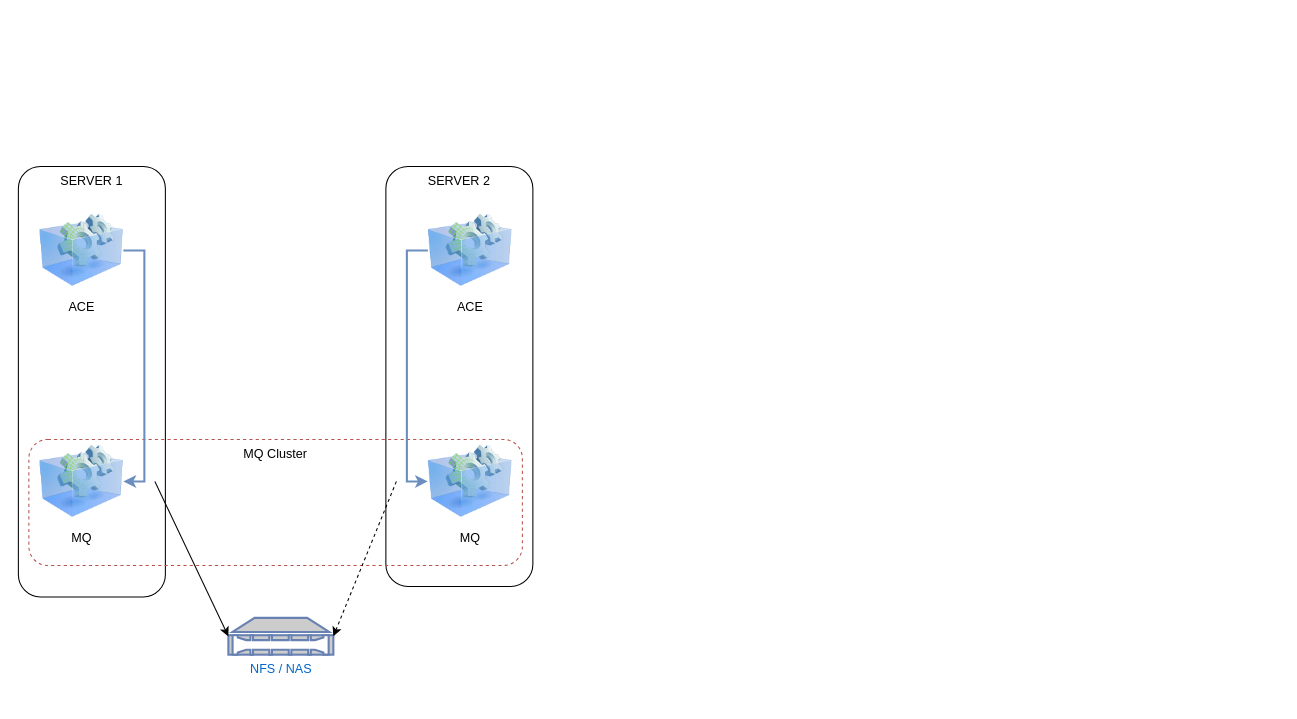
This is page "DA ACE & DA MQ" (5 of 9) of Designs/ACE/HighAvailabilityScenarios.drawio from matthiasblomme/MixedTools, a draw.io file, before an edit. Source tidied: cells renumbered, new cells numbered last; positions are measured from the earlier drawing's top-left corner, leaving out a move shared by most shapes. Both pictures are drawn from the tidied source at 105%, with x=0, y=0 at pixel (18, 166).
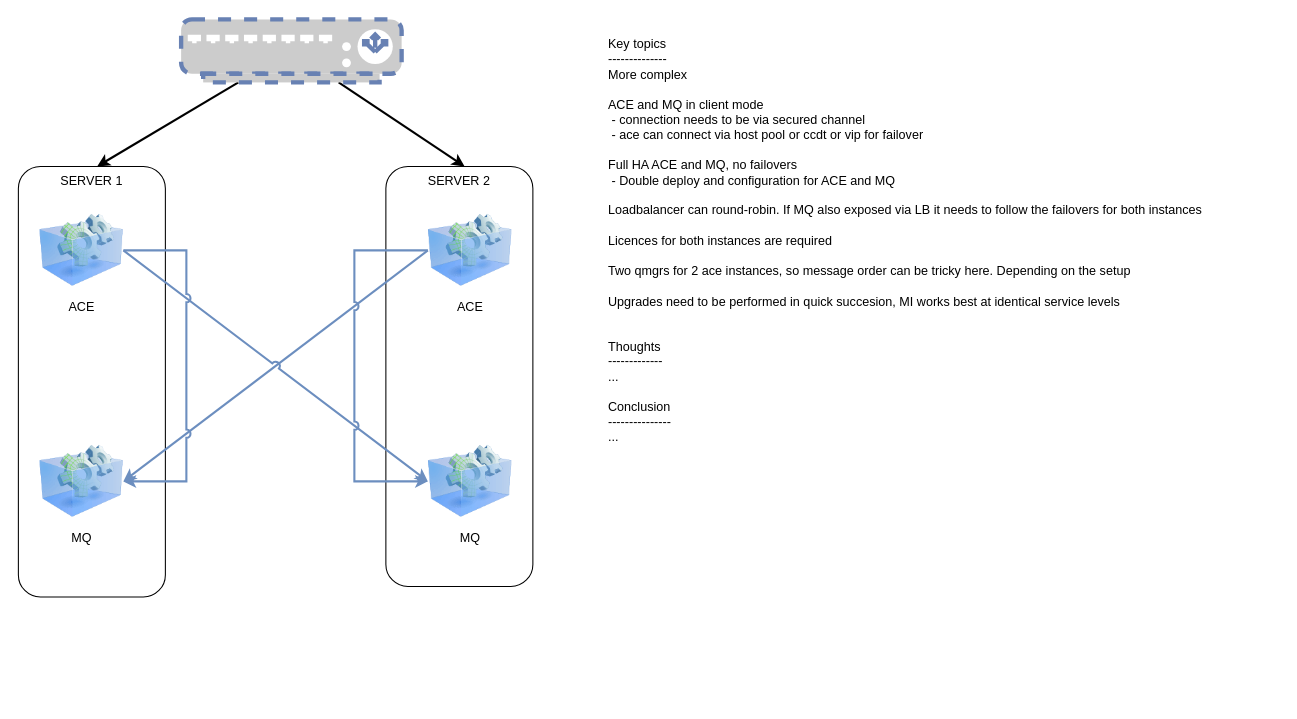
The same page after the edit.

Unchanged cells that the change refers to:
```xml
<mxCell id="5" value="ACE" style="image;html=1;image=img/lib/clip_art/computers/Virtual_Application_128x128.png;" parent="1" vertex="1">
  <mxGeometry x="390" y="40" width="80" height="80" as="geometry" />
</mxCell>
<mxCell id="9" value="ACE" style="image;html=1;image=img/lib/clip_art/computers/Virtual_Application_128x128.png;" parent="1" vertex="1">
  <mxGeometry x="20" y="40" width="80" height="80" as="geometry" />
</mxCell>
<mxCell id="10" value="MQ" style="image;html=1;image=img/lib/clip_art/computers/Virtual_Application_128x128.png;" parent="1" vertex="1">
  <mxGeometry x="390" y="260" width="80" height="80" as="geometry" />
</mxCell>
<mxCell id="11" value="MQ" style="image;html=1;image=img/lib/clip_art/computers/Virtual_Application_128x128.png;" parent="1" vertex="1">
  <mxGeometry x="20" y="260" width="80" height="80" as="geometry" />
</mxCell>
```

The edit, as a diff of the source:
```diff
@@
-    <mxCell id="4" value="MQ Cluster" style="rounded=1;whiteSpace=wrap;html=1;dashed=1;fillColor=none;strokeColor=#b85450;verticalAlign=top;" parent="1" vertex="1">
-      <mxGeometry x="10" y="260" width="470" height="120" as="geometry" />
-    </mxCell>
+    <mxCell id="14" style="edgeStyle=none;rounded=0;jumpStyle=arc;jettySize=auto;html=1;strokeWidth=2;entryX=1;entryY=0.5;entryDx=0;entryDy=0;strokeColor=#6c8ebf;fillColor=#dae8fc;exitX=0;exitY=0.5;exitDx=0;exitDy=0;" parent="1" edge="1" source="5" target="11">
+      <mxGeometry relative="1" as="geometry" />
+    </mxCell>
@@
-    <mxCell id="6" value="NFS / NAS" style="fontColor=#0066CC;verticalAlign=top;verticalLabelPosition=bottom;labelPosition=center;align=center;html=1;outlineConnect=0;fillColor=#CCCCCC;strokeColor=#6881B3;gradientColor=none;gradientDirection=north;strokeWidth=2;shape=mxgraph.networks.nas_filer;" parent="1" vertex="1">
-      <mxGeometry x="200" y="430" width="100" height="35" as="geometry" />
-    </mxCell>
-    <mxCell id="7" style="rounded=0;jettySize=auto;html=1;entryX=0;entryY=0.5;entryDx=0;entryDy=0;entryPerimeter=0;exitX=1;exitY=0.5;exitDx=0;exitDy=0;" parent="1" edge="1" target="6">
-      <mxGeometry relative="1" as="geometry">
-        <mxPoint x="130" y="300" as="sourcePoint" />
-      </mxGeometry>
-    </mxCell>
-    <mxCell id="8" style="edgeStyle=none;rounded=0;jettySize=auto;html=1;entryX=1;entryY=0.5;entryDx=0;entryDy=0;entryPerimeter=0;dashed=1;exitX=0;exitY=0.5;exitDx=0;exitDy=0;" parent="1" edge="1" target="6">
-      <mxGeometry relative="1" as="geometry">
-        <mxPoint x="360" y="300" as="sourcePoint" />
-      </mxGeometry>
-    </mxCell>
+    <mxCell id="15" style="edgeStyle=none;rounded=0;jumpStyle=arc;jettySize=auto;html=1;entryX=0;entryY=0.5;entryDx=0;entryDy=0;strokeWidth=2;strokeColor=#6c8ebf;fillColor=#dae8fc;exitX=1;exitY=0.5;exitDx=0;exitDy=0;" parent="1" edge="1" source="9" target="10">
+      <mxGeometry relative="1" as="geometry" />
+    </mxCell>
@@
     <mxCell id="12" style="edgeStyle=orthogonalEdgeStyle;rounded=0;jumpStyle=arc;jettySize=auto;html=1;entryX=1;entryY=0.5;entryDx=0;entryDy=0;strokeWidth=2;exitX=1;exitY=0.5;exitDx=0;exitDy=0;fillColor=#dae8fc;strokeColor=#6c8ebf;" parent="1" edge="1" source="9" target="11">
-      <mxGeometry relative="1" as="geometry" />
+      <mxGeometry relative="1" as="geometry">
+        <Array as="points">
+          <mxPoint x="160" y="80" />
+          <mxPoint x="160" y="300" />
+        </Array>
+      </mxGeometry>
     </mxCell>
     <mxCell id="13" style="edgeStyle=orthogonalEdgeStyle;rounded=0;jumpStyle=arc;jettySize=auto;html=1;entryX=0;entryY=0.5;entryDx=0;entryDy=0;strokeWidth=2;fillColor=#dae8fc;strokeColor=#6c8ebf;exitX=0;exitY=0.5;exitDx=0;exitDy=0;" parent="1" edge="1" source="5" target="10">
-      <mxGeometry relative="1" as="geometry" />
+      <mxGeometry relative="1" as="geometry">
+        <Array as="points">
+          <mxPoint x="320" y="80" />
+          <mxPoint x="320" y="300" />
+        </Array>
+      </mxGeometry>
     </mxCell>
+    <mxCell id="16" style="rounded=0;jumpStyle=arc;jettySize=auto;html=1;strokeWidth=2;entryX=0.5;entryY=0;entryDx=0;entryDy=0;" parent="1" edge="1" source="18">
+      <mxGeometry relative="1" as="geometry">
+        <mxPoint x="75" as="targetPoint" />
+      </mxGeometry>
+    </mxCell>
+    <mxCell id="17" style="rounded=0;jumpStyle=arc;jettySize=auto;html=1;entryX=0.5;entryY=0;entryDx=0;entryDy=0;strokeWidth=2;" parent="1" edge="1" source="18">
+      <mxGeometry relative="1" as="geometry">
+        <mxPoint x="425" as="targetPoint" />
+      </mxGeometry>
+    </mxCell>
+    <mxCell id="18" style="fontColor=#0066CC;verticalAlign=top;verticalLabelPosition=bottom;labelPosition=center;align=center;html=1;outlineConnect=0;fillColor=#CCCCCC;strokeColor=#6881B3;gradientColor=none;gradientDirection=north;strokeWidth=2;shape=mxgraph.networks.load_balancer;dashed=1;" parent="1" vertex="1">
+      <mxGeometry x="155" y="-140" width="210" height="60" as="geometry" />
+    </mxCell>
+    <mxCell id="19" value="Key topics&lt;br style=&quot;border-color: var(--border-color);&quot;&gt;--------------&lt;br&gt;More complex&lt;br&gt;&lt;br&gt;ACE and MQ in client mode&lt;br&gt;&lt;span style=&quot;&quot;&gt;&lt;/span&gt;&lt;span style=&quot;&quot;&gt;&lt;/span&gt;&lt;span style=&quot;&quot;&gt;&lt;/span&gt;&lt;span style=&quot;&quot;&gt;&lt;/span&gt;&amp;nbsp;- connection needs to be via secured channel&lt;br&gt;&amp;nbsp;- ace can connect via host pool or ccdt or vip for failover&lt;br&gt;&lt;br&gt;Full HA ACE and MQ, no failovers&lt;br&gt;&amp;nbsp;- Double deploy and configuration for ACE and MQ&lt;br&gt;&lt;br&gt;Loadbalancer can round-robin. If MQ also exposed via LB it needs to follow the failovers for both instances&lt;br&gt;&lt;br&gt;Licences for both instances are required&lt;br&gt;&lt;br&gt;Two qmgrs for 2 ace instances, so message order can be tricky here. Depending on the setup&lt;br&gt;&lt;br&gt;Upgrades need to be performed in quick succesion, MI works best at identical service levels&lt;br&gt;&lt;br&gt;&lt;br&gt;Thoughts&lt;br style=&quot;border-color: var(--border-color);&quot;&gt;-------------&lt;br style=&quot;border-color: var(--border-color);&quot;&gt;...&lt;br&gt;&lt;br&gt;Conclusion&lt;br&gt;---------------&lt;br&gt;..." style="text;html=1;strokeColor=none;fillColor=none;align=left;verticalAlign=top;whiteSpace=wrap;rounded=0;dashed=1;" parent="1" vertex="1">
+      <mxGeometry x="560" y="-130" width="640" height="640" as="geometry" />
+    </mxCell>
```
